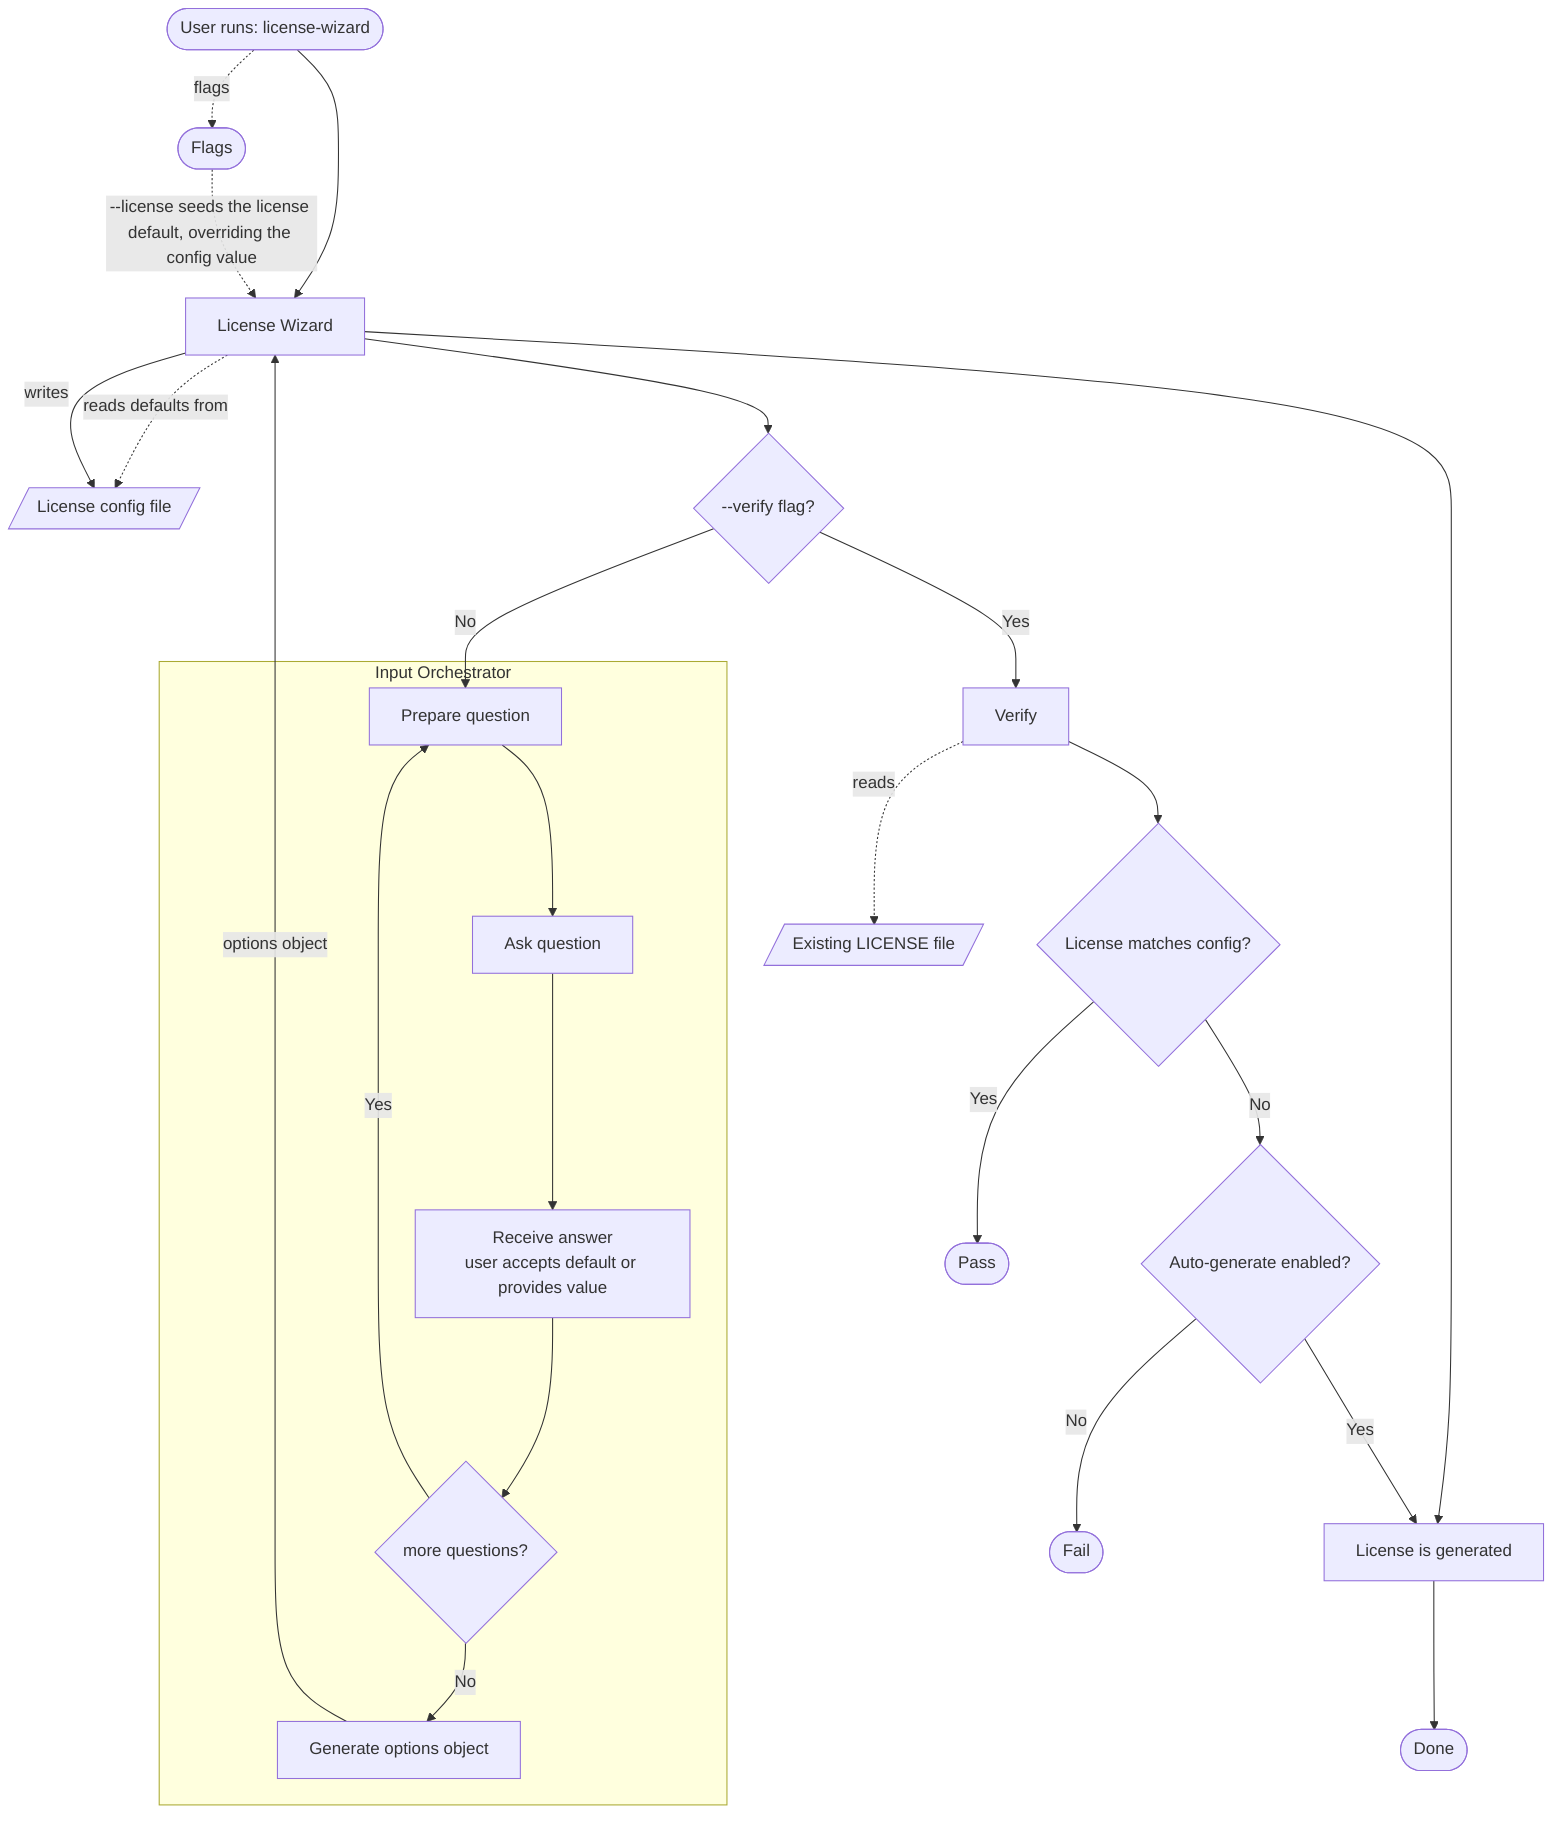
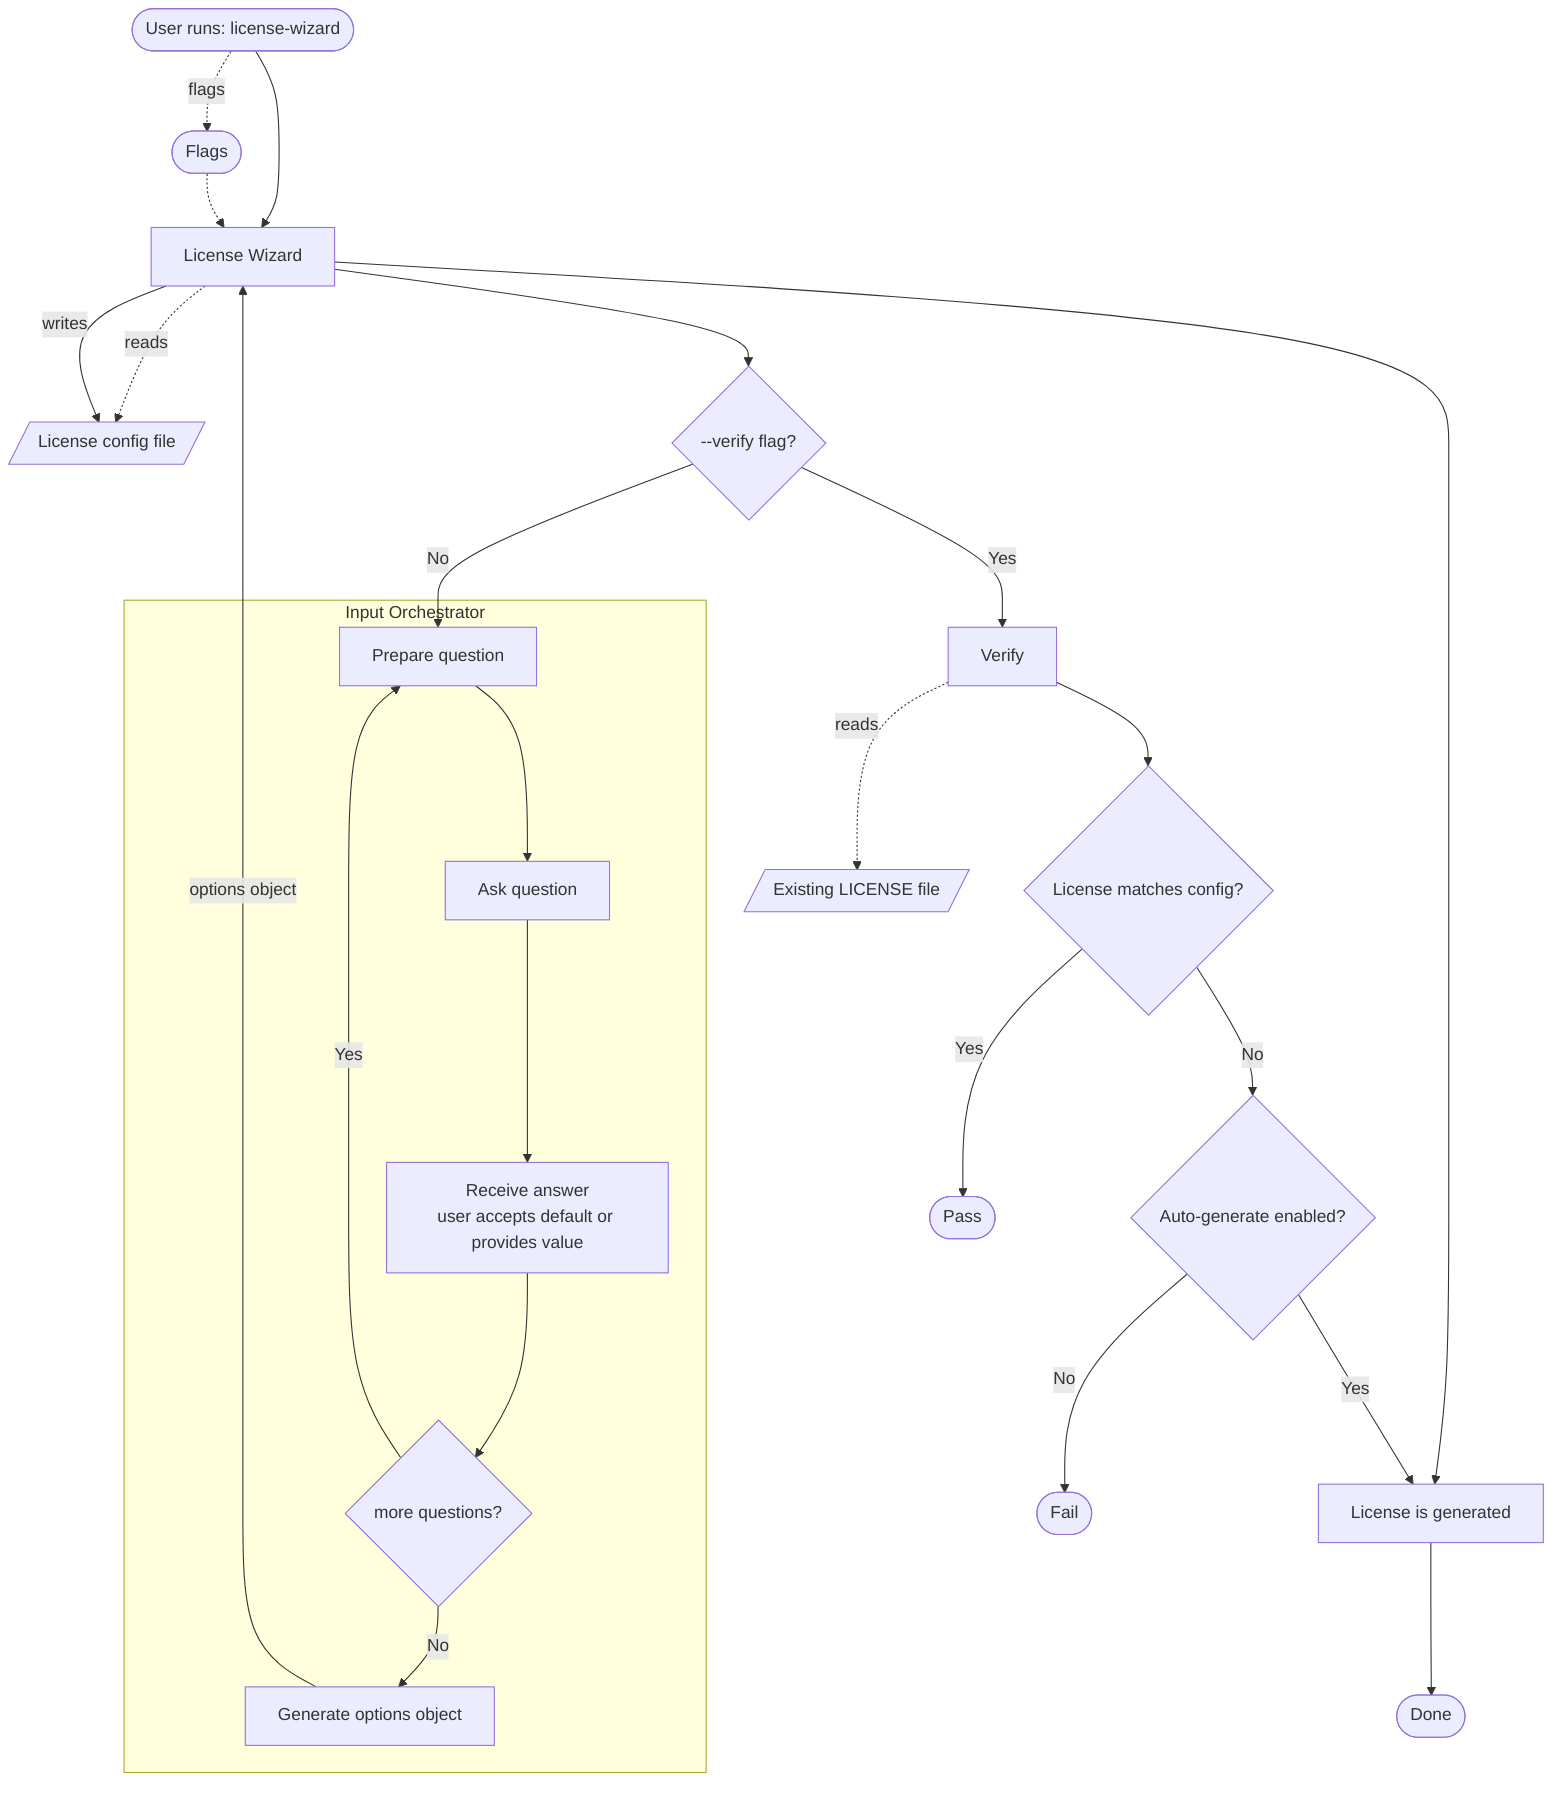
flowchart TD
    A([User runs: license-wizard]) --> LW[License Wizard]
    A -.->|flags| FL([Flags])
-     FL -.->|--license seeds the license default, overriding the config value| LW
-     LW -.->|reads defaults from| LC[/License config file/]
+     FL -.-> LW
+     LW -.->|reads| LC[/License config file/]

    LW --> M{--verify flag?}

    %% ─── Interactive / generation path ───
    M -->|No| C

    subgraph IO [Input Orchestrator]
        C[Prepare question]
        C --> D[Ask question]
        D --> E[Receive answer<br/>user accepts default or provides value]
        E --> F{more questions?}
        F -->|Yes| C
        F -->|No| OG[Generate options object]
    end

    OG -->|options object| LW
    LW -->|writes| LC
    LW --> G[License is generated]
    G --> H([Done])

    %% ─── Verification path ───
    M -->|Yes| V[Verify]
    V -.->|reads| EL[/Existing LICENSE file/]
    V --> R{License matches config?}
    R -->|Yes| PASS([Pass])
    R -->|No| AG{Auto-generate enabled?}
    AG -->|Yes| G
    AG -->|No| FAIL([Fail])
